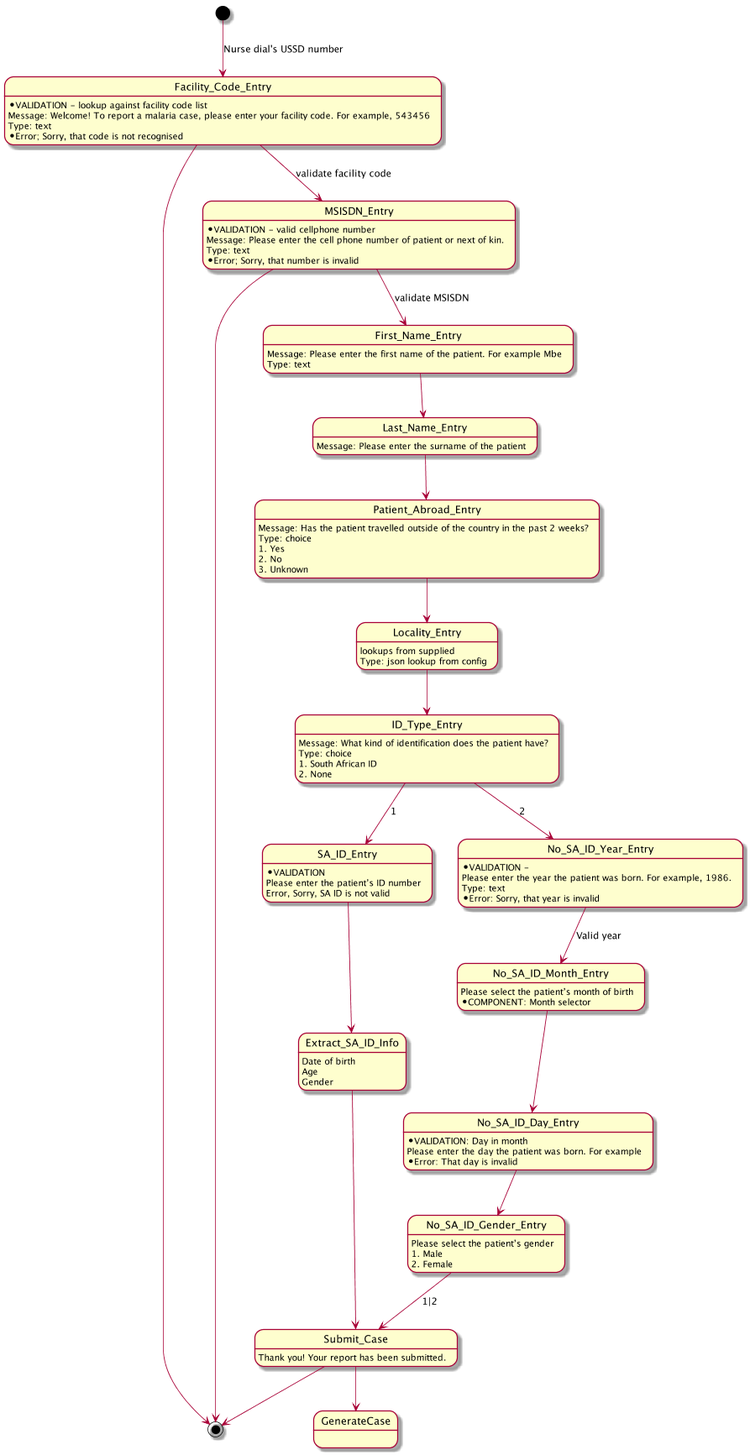
Earlier version of the PlantUML export State.png (praekeltfoundation/go-jsbox-malaria24).
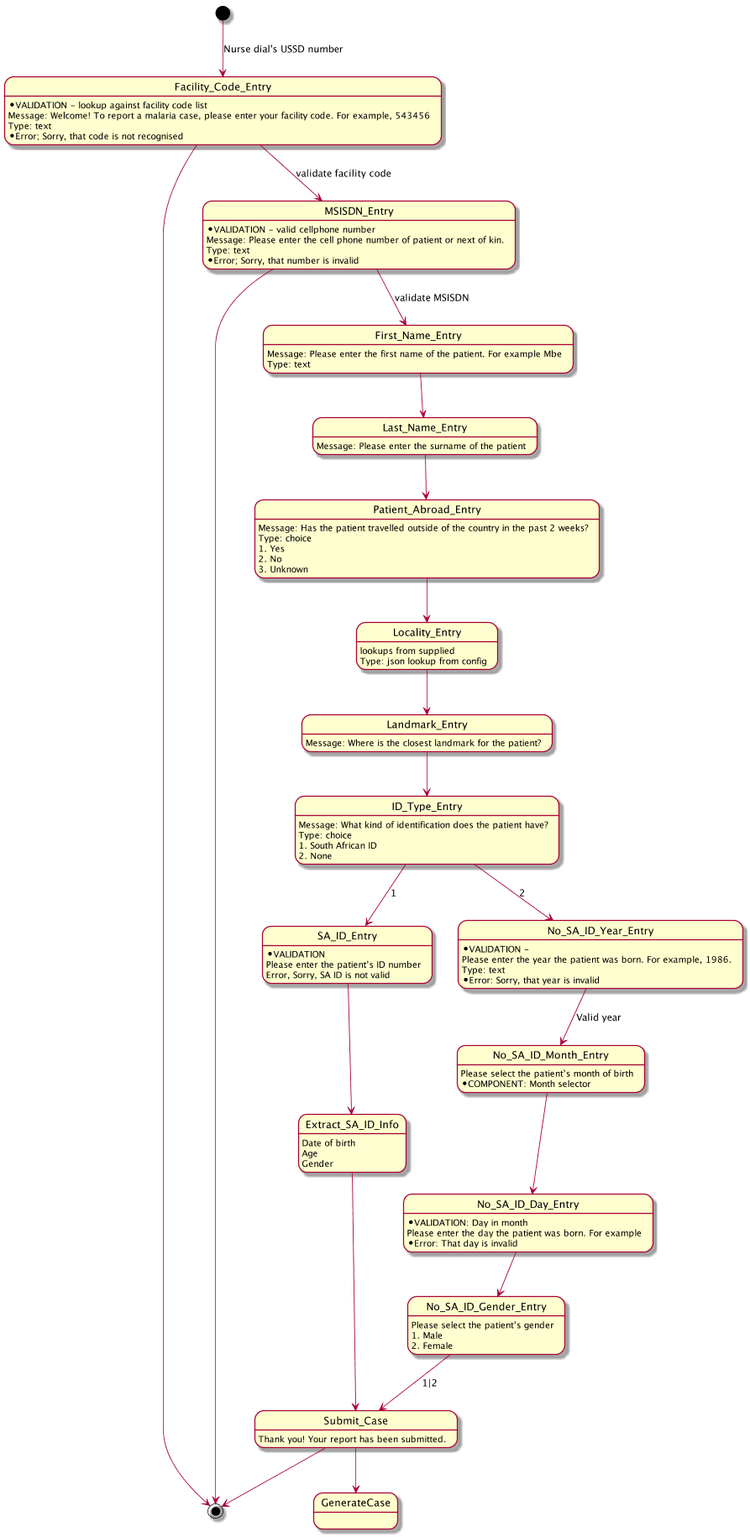
The same file after the commit.

The edit, as a diff of the source:
```diff
@@ -34,7 +34,11 @@
 
 Locality_Entry : lookups from supplied
 Locality_Entry : Type: json lookup from config
-Locality_Entry --> ID_Type_Entry
+Locality_Entry --> Landmark_Entry
+
+
+Landmark_Entry: Message: Where is the closest landmark for the patient?
+Landmark_Entry --> ID_Type_Entry
 
 ID_Type_Entry : Message: What kind of identification does the patient have?
 ID_Type_Entry : Type: choice
```
